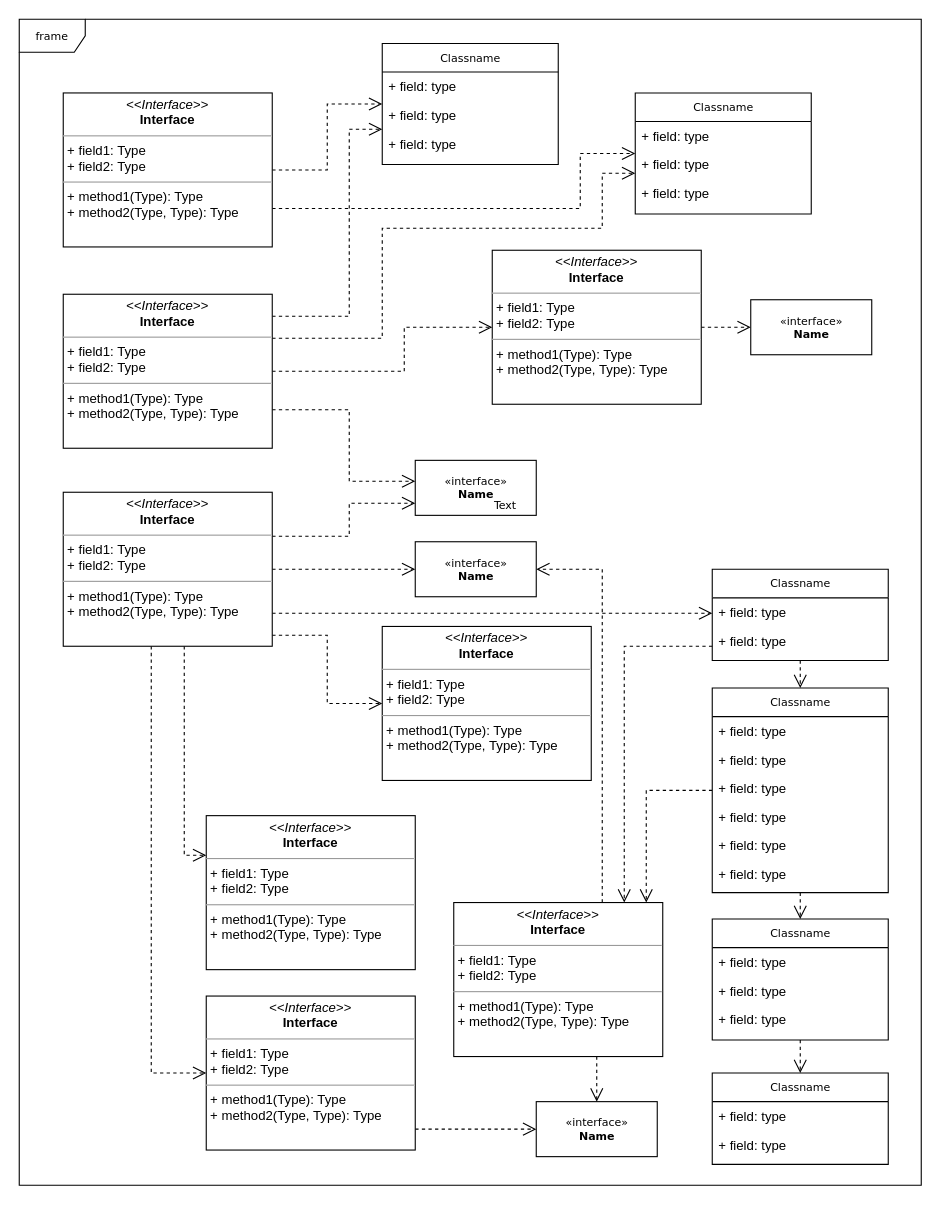
MichaelZDL/UML keeps this draw.io diagram as UAFM.drawio. Above is the earlier version. Source tidied: cells renumbered, new cells numbered last; positions are measured from the earlier drawing's top-left corner, leaving out a move shared by most shapes. Both pictures are drawn from the tidied source at 110%, with x=0, y=0 at pixel (19, 19).
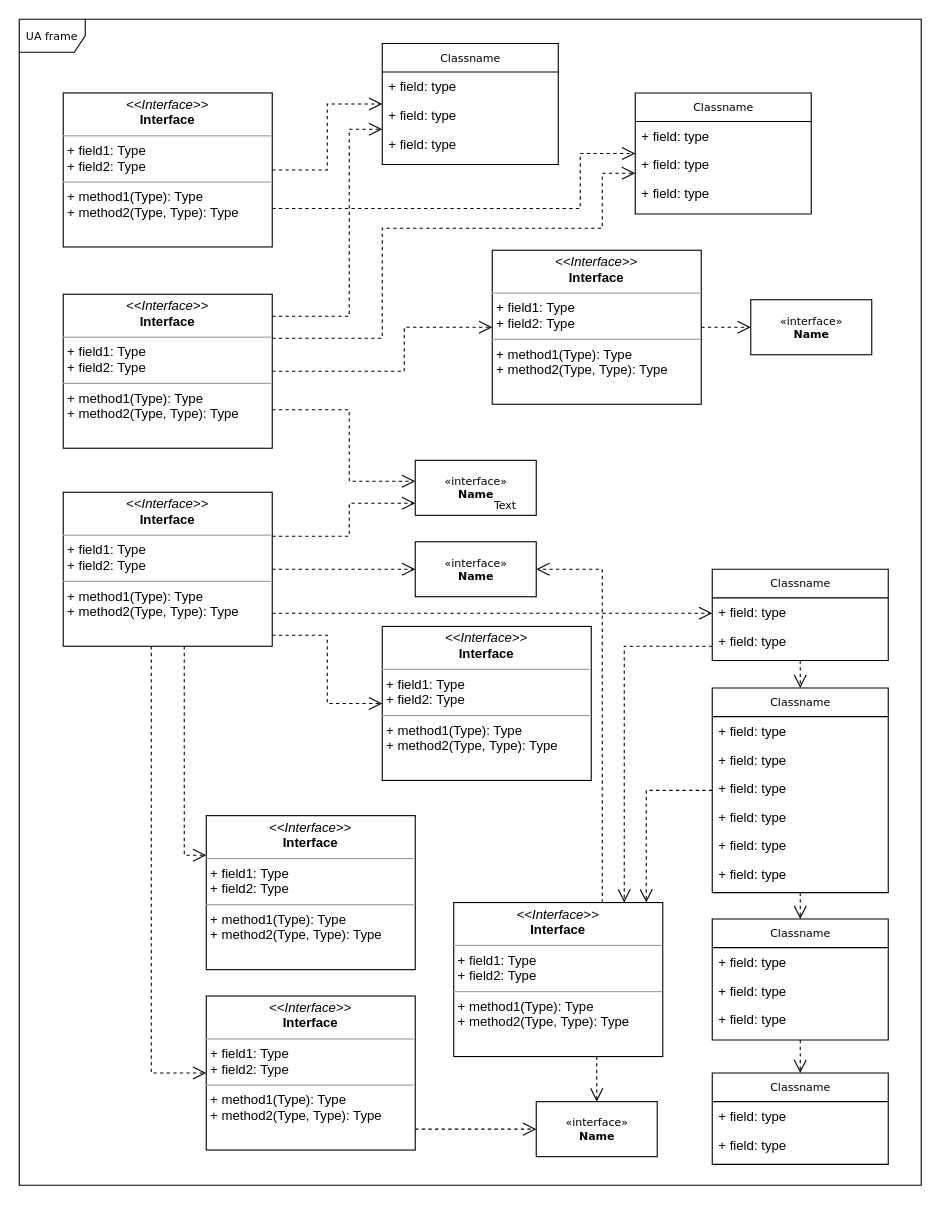
Above is the later version.

Change to the diagram source:
```diff
@@
-    <mxCell id="2" value="frame" style="shape=umlFrame;whiteSpace=wrap;html=1;rounded=0;shadow=0;comic=0;labelBackgroundColor=none;strokeWidth=1;fontFamily=Verdana;fontSize=10;align=center;" parent="1" vertex="1">
+    <mxCell id="2" value="UA frame" style="shape=umlFrame;whiteSpace=wrap;html=1;rounded=0;shadow=0;comic=0;labelBackgroundColor=none;strokeWidth=1;fontFamily=Verdana;fontSize=10;align=center;" parent="1" vertex="1">
       <mxGeometry width="820" height="1060" as="geometry" />
     </mxCell>
```
